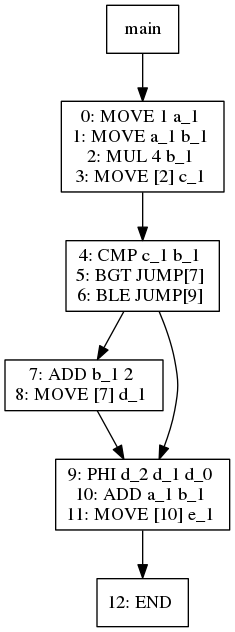
jiahanwang/PL241-Compiler keeps this Graphviz diagram as viz/test017.dot.png. Above is the earlier version. Its source is kept beside it as viz/test017.dot.
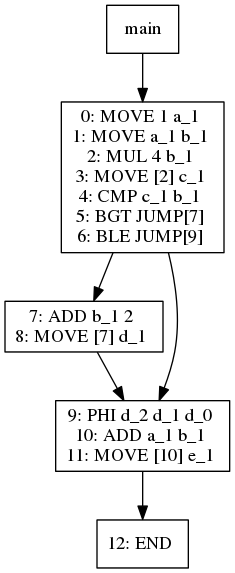
The same file after the commit.

What changed in the source:
```diff
@@ -6,13 +6,11 @@
 1: MOVE a_1 b_1
 2: MUL 4 b_1
 3: MOVE [2] c_1
-"]
-3 -> 6
-6[label="4: CMP c_1 b_1
+4: CMP c_1 b_1
 5: BGT JUMP[7]
 6: BLE JUMP[9]
 "]
-6 -> 8
+3 -> 8
 8[label="7: ADD b_1 2
 8: MOVE [7] d_1
 "]
@@ -24,5 +22,5 @@
 7 -> 10
 10[label="12: END
 "]
-6 -> 7
+3 -> 7
 }
```
